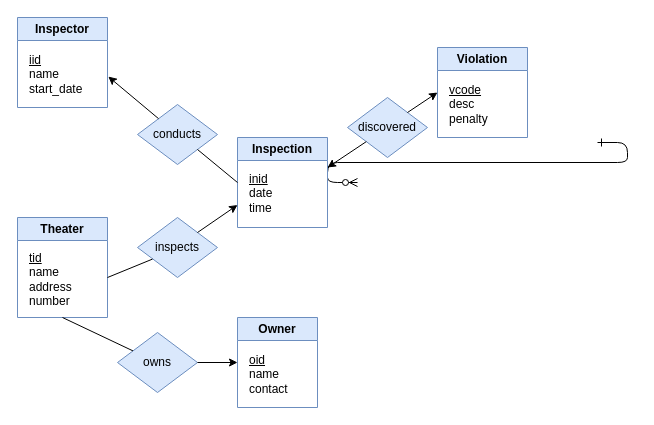
Before: hw2-q3.drawio in cucumberpeel/drawio-diagrams, a draw.io diagram. Source tidied: cells renumbered, new cells numbered last; positions are measured from the earlier drawing's top-left corner, leaving out a move shared by most shapes. Both pictures are drawn from the tidied source at 100%, with x=0, y=0 at pixel (17, 17).
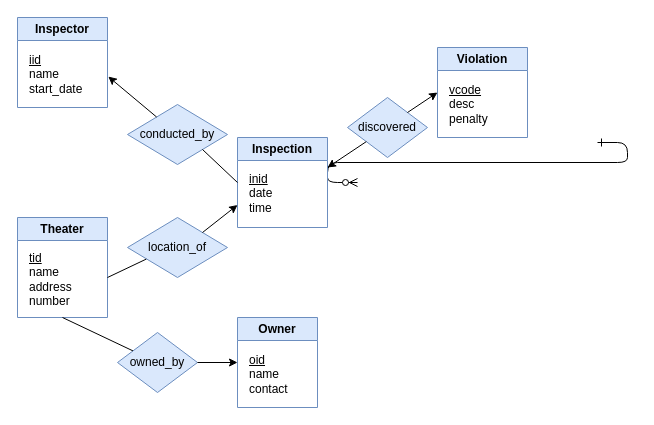
Above is the later version.

The edit, as a diff of the source:
```diff
@@
-    <mxCell id="13" value="owns" style="rhombus;whiteSpace=wrap;html=1;fillColor=#dae8fc;strokeColor=#6c8ebf;" parent="1" vertex="1">
+    <mxCell id="13" value="owned_by" style="rhombus;whiteSpace=wrap;html=1;fillColor=#dae8fc;strokeColor=#6c8ebf;" parent="1" vertex="1">
       <mxGeometry x="100" y="315" width="80" height="60" as="geometry" />
     </mxCell>
@@
-    <mxCell id="16" value="conducts" style="rhombus;whiteSpace=wrap;html=1;fillColor=#dae8fc;strokeColor=#6c8ebf;" parent="1" vertex="1">
-      <mxGeometry x="120" y="87" width="80" height="60" as="geometry" />
+    <mxCell id="16" value="conducted_by" style="rhombus;whiteSpace=wrap;html=1;fillColor=#dae8fc;strokeColor=#6c8ebf;" parent="1" vertex="1">
+      <mxGeometry x="110" y="87" width="100" height="60" as="geometry" />
     </mxCell>
@@
-    <mxCell id="22" value="inspects" style="rhombus;whiteSpace=wrap;html=1;fillColor=#dae8fc;strokeColor=#6c8ebf;" parent="1" vertex="1">
-      <mxGeometry x="120" y="200" width="80" height="60" as="geometry" />
+    <mxCell id="22" value="location_of" style="rhombus;whiteSpace=wrap;html=1;fillColor=#dae8fc;strokeColor=#6c8ebf;" parent="1" vertex="1">
+      <mxGeometry x="110" y="200" width="100" height="60" as="geometry" />
     </mxCell>
```
